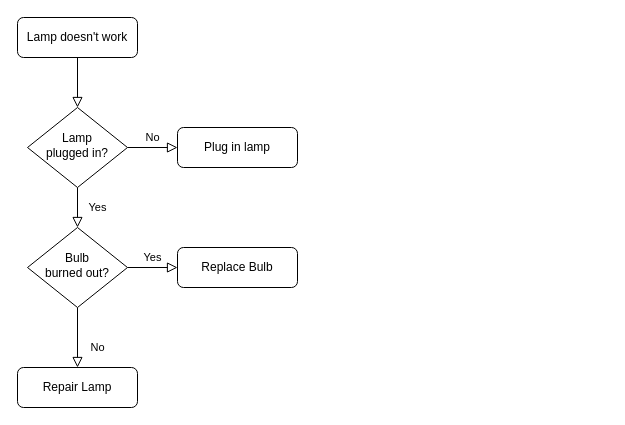
The draw.io diagram Namnlöst diagram.drawio in DanielMyvall/drawio, before the edit. Source tidied: cells renumbered, new cells numbered last; positions are measured from the earlier drawing's top-left corner, leaving out a move shared by most shapes. Both pictures are drawn from the tidied source at 100%, with x=0, y=0 at pixel (17, 17).
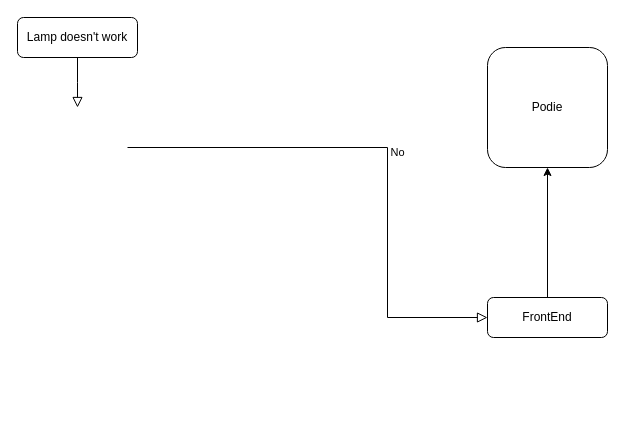
Above is the later version.

Change to the diagram source:
```diff
@@
 <mxGraphModel>
   <root>
     <mxCell id="0" />
     <mxCell id="1" parent="0" />
-    <mxCell id="2" style="rounded=0;html=1;jettySize=auto;fontSize=11;endArrow=block;endFill=0;endSize=8;strokeWidth=1;shadow=0;labelBackgroundColor=none;edgeStyle=orthogonalEdgeStyle;" parent="1" edge="1" source="3" target="6">
-      <mxGeometry relative="1" as="geometry" />
+    <mxCell id="2" style="rounded=0;html=1;jettySize=auto;fontSize=11;endArrow=block;endFill=0;endSize=8;strokeWidth=1;shadow=0;labelBackgroundColor=none;edgeStyle=orthogonalEdgeStyle;" parent="1" edge="1" source="3">
+      <mxGeometry relative="1" as="geometry">
+        <mxPoint x="60" y="90" as="targetPoint" />
+      </mxGeometry>
     </mxCell>
     <mxCell id="3" value="Lamp doesn't work" style="rounded=1;whiteSpace=wrap;html=1;fontSize=12;glass=0;strokeWidth=1;shadow=0;" parent="1" vertex="1">
       <mxGeometry width="120" height="40" as="geometry" />
     </mxCell>
-    <mxCell id="4" value="Yes" style="rounded=0;html=1;jettySize=auto;fontSize=11;endArrow=block;endFill=0;endSize=8;strokeWidth=1;shadow=0;labelBackgroundColor=none;edgeStyle=orthogonalEdgeStyle;" parent="1" edge="1" source="6" target="10">
-      <mxGeometry y="20" relative="1" as="geometry" />
-    </mxCell>
-    <mxCell id="5" value="No" style="edgeStyle=orthogonalEdgeStyle;rounded=0;html=1;jettySize=auto;fontSize=11;endArrow=block;endFill=0;endSize=8;strokeWidth=1;shadow=0;labelBackgroundColor=none;" parent="1" edge="1" source="6" target="7">
-      <mxGeometry y="10" relative="1" as="geometry" />
+    <mxCell id="5" value="No" style="edgeStyle=orthogonalEdgeStyle;rounded=0;html=1;jettySize=auto;fontSize=11;endArrow=block;endFill=0;endSize=8;strokeWidth=1;shadow=0;labelBackgroundColor=none;" parent="1" edge="1" target="7">
+      <mxGeometry y="10" relative="1" as="geometry">
+        <mxPoint x="110" y="130" as="sourcePoint" />
+        <Array as="points">
+          <mxPoint x="370" y="130" />
+          <mxPoint x="370" y="300" />
+        </Array>
+      </mxGeometry>
     </mxCell>
-    <mxCell id="6" value="Lamp&lt;br&gt;plugged in?" style="rhombus;whiteSpace=wrap;html=1;shadow=0;fontFamily=Helvetica;fontSize=12;align=center;strokeWidth=1;spacing=6;spacingTop=-4;" parent="1" vertex="1">
-      <mxGeometry x="10" y="90" width="100" height="80" as="geometry" />
-    </mxCell>
+    <mxCell id="13" style="edgeStyle=orthogonalEdgeStyle;rounded=0;jettySize=auto;html=1;entryX=0.5;entryY=1;entryDx=0;entryDy=0;" parent="1" edge="1" source="7" target="14">
+      <mxGeometry relative="1" as="geometry" />
+    </mxCell>
-    <mxCell id="7" value="Plug in lamp" style="rounded=1;whiteSpace=wrap;html=1;fontSize=12;glass=0;strokeWidth=1;shadow=0;" parent="1" vertex="1">
-      <mxGeometry x="160" y="110" width="120" height="40" as="geometry" />
+    <mxCell id="7" value="FrontEnd" style="rounded=1;whiteSpace=wrap;html=1;fontSize=12;glass=0;strokeWidth=1;shadow=0;" parent="1" vertex="1">
+      <mxGeometry x="470" y="280" width="120" height="40" as="geometry" />
     </mxCell>
-    <mxCell id="8" value="No" style="rounded=0;html=1;jettySize=auto;fontSize=11;endArrow=block;endFill=0;endSize=8;strokeWidth=1;shadow=0;labelBackgroundColor=none;edgeStyle=orthogonalEdgeStyle;" parent="1" edge="1" source="10" target="11">
-      <mxGeometry x="0.33" y="20" relative="1" as="geometry" />
-    </mxCell>
-    <mxCell id="9" value="Yes" style="edgeStyle=orthogonalEdgeStyle;rounded=0;html=1;jettySize=auto;fontSize=11;endArrow=block;endFill=0;endSize=8;strokeWidth=1;shadow=0;labelBackgroundColor=none;" parent="1" edge="1" source="10" target="12">
-      <mxGeometry y="10" relative="1" as="geometry" />
-    </mxCell>
-    <mxCell id="10" value="Bulb&lt;br&gt;burned out?" style="rhombus;whiteSpace=wrap;html=1;shadow=0;fontFamily=Helvetica;fontSize=12;align=center;strokeWidth=1;spacing=6;spacingTop=-4;" parent="1" vertex="1">
-      <mxGeometry x="10" y="210" width="100" height="80" as="geometry" />
-    </mxCell>
-    <mxCell id="11" value="Repair Lamp" style="rounded=1;whiteSpace=wrap;html=1;fontSize=12;glass=0;strokeWidth=1;shadow=0;" parent="1" vertex="1">
-      <mxGeometry y="350" width="120" height="40" as="geometry" />
-    </mxCell>
-    <mxCell id="12" value="Replace Bulb" style="rounded=1;whiteSpace=wrap;html=1;fontSize=12;glass=0;strokeWidth=1;shadow=0;" parent="1" vertex="1">
-      <mxGeometry x="160" y="230" width="120" height="40" as="geometry" />
-    </mxCell>
+    <mxCell id="14" value="Podie" style="rounded=1;whiteSpace=wrap;html=1;fontSize=12;glass=0;strokeWidth=1;shadow=0;" parent="1" vertex="1">
+      <mxGeometry x="470" y="30" width="120" height="120" as="geometry" />
+    </mxCell>
   </root>
 </mxGraphModel>
```
